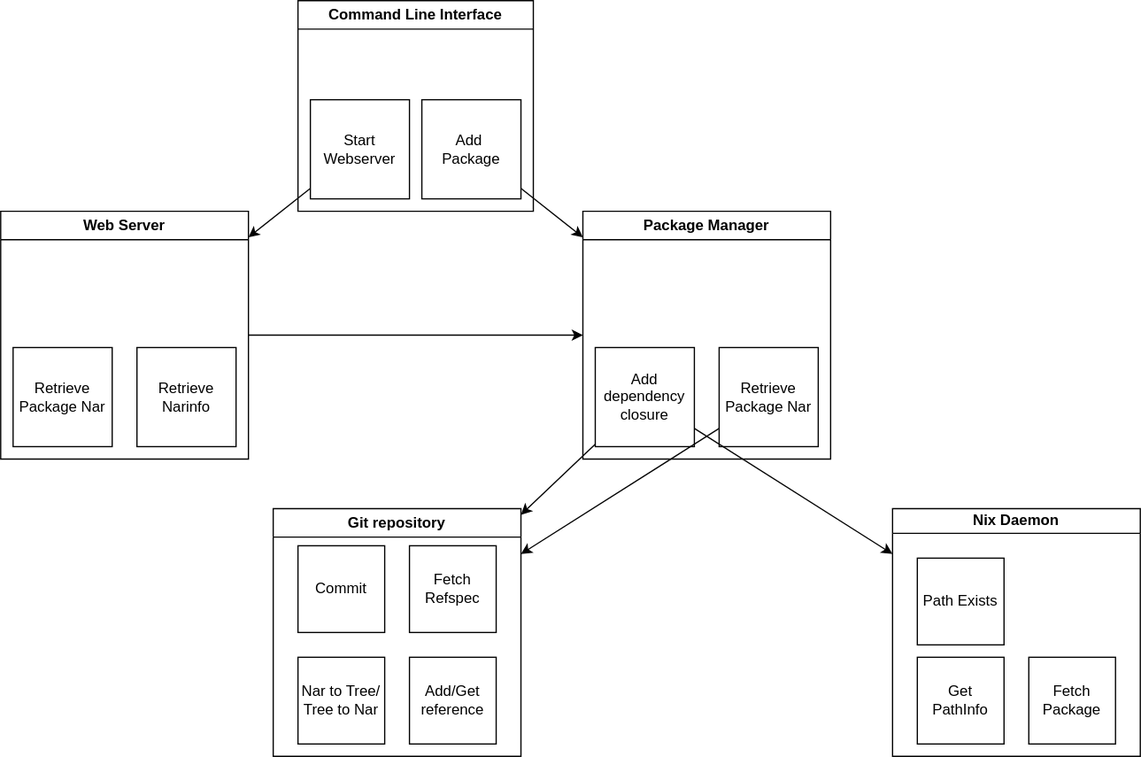
EphraimSiegfried/bachelor-thesis keeps this draw.io diagram as src/diagrams/gachix-architecture.drawio.svg. Above is the earlier version. Source tidied: cells renumbered, new cells last; positions are measured from the earlier drawing's top-left corner, leaving out a move shared by most shapes. Source of this version:
```xml
<mxGraphModel>
  <root>
    <mxCell id="0" />
    <mxCell id="1" parent="0" />
    <mxCell id="2" value="Command Line Interface" style="swimlane;whiteSpace=wrap;html=1;" parent="1" vertex="1">
      <mxGeometry x="240" width="190" height="170" as="geometry" />
    </mxCell>
    <mxCell id="3" value="Start&lt;div&gt;Webserver&lt;/div&gt;" style="whiteSpace=wrap;html=1;" parent="2" vertex="1">
      <mxGeometry x="10" y="80" width="80" height="80" as="geometry" />
    </mxCell>
    <mxCell id="4" value="Add&amp;nbsp;&lt;div&gt;Package&lt;/div&gt;" style="whiteSpace=wrap;html=1;" parent="2" vertex="1">
      <mxGeometry x="100" y="80" width="80" height="80" as="geometry" />
    </mxCell>
    <mxCell id="5" style="edgeStyle=orthogonalEdgeStyle;rounded=0;jettySize=auto;html=1;entryX=0;entryY=0.5;entryDx=0;entryDy=0;" parent="1" edge="1" source="6" target="10">
      <mxGeometry relative="1" as="geometry" />
    </mxCell>
    <mxCell id="6" value="Web Server" style="swimlane;whiteSpace=wrap;html=1;" parent="1" vertex="1">
      <mxGeometry y="170" width="200" height="200" as="geometry" />
    </mxCell>
    <mxCell id="7" value="Retrieve&lt;div&gt;Package Nar&lt;/div&gt;" style="whiteSpace=wrap;html=1;" parent="6" vertex="1">
      <mxGeometry x="10" y="110" width="80" height="80" as="geometry" />
    </mxCell>
    <mxCell id="8" value="Retrieve&lt;div&gt;Narinfo&lt;/div&gt;" style="whiteSpace=wrap;html=1;" parent="6" vertex="1">
      <mxGeometry x="110" y="110" width="80" height="80" as="geometry" />
    </mxCell>
    <mxCell id="9" style="rounded=0;jettySize=auto;html=1;" parent="1" edge="1" source="3" target="6">
      <mxGeometry relative="1" as="geometry" />
    </mxCell>
    <mxCell id="10" value="Package Manager" style="swimlane;whiteSpace=wrap;html=1;" parent="1" vertex="1">
      <mxGeometry x="470" y="170" width="200" height="200" as="geometry" />
    </mxCell>
    <mxCell id="11" value="Add dependency closure" style="whiteSpace=wrap;html=1;" parent="10" vertex="1">
      <mxGeometry x="10" y="110" width="80" height="80" as="geometry" />
    </mxCell>
    <mxCell id="12" value="Retrieve Package Nar" style="whiteSpace=wrap;html=1;" parent="10" vertex="1">
      <mxGeometry x="110" y="110" width="80" height="80" as="geometry" />
    </mxCell>
    <mxCell id="13" value="Git repository" style="swimlane;whiteSpace=wrap;html=1;" parent="1" vertex="1">
      <mxGeometry x="220" y="410" width="200" height="200" as="geometry" />
    </mxCell>
    <mxCell id="14" value="Nar to Tree/&lt;div&gt;Tree to Nar&lt;/div&gt;" style="whiteSpace=wrap;html=1;" parent="13" vertex="1">
      <mxGeometry x="20" y="120" width="70" height="70" as="geometry" />
    </mxCell>
    <mxCell id="15" value="Add/Get reference" style="whiteSpace=wrap;html=1;" parent="13" vertex="1">
      <mxGeometry x="110" y="120" width="70" height="70" as="geometry" />
    </mxCell>
    <mxCell id="16" value="Commit" style="whiteSpace=wrap;html=1;" parent="13" vertex="1">
      <mxGeometry x="20" y="30" width="70" height="70" as="geometry" />
    </mxCell>
    <mxCell id="17" value="Fetch&lt;br&gt;Refspec" style="whiteSpace=wrap;html=1;" parent="13" vertex="1">
      <mxGeometry x="110" y="30" width="70" height="70" as="geometry" />
    </mxCell>
    <mxCell id="18" style="rounded=0;jettySize=auto;html=1;" parent="1" edge="1" source="11" target="13">
      <mxGeometry relative="1" as="geometry" />
    </mxCell>
    <mxCell id="19" value="Nix Daemon" style="swimlane;whiteSpace=wrap;html=1;startSize=20;" parent="1" vertex="1">
      <mxGeometry x="720" y="410" width="200" height="200" as="geometry" />
    </mxCell>
    <mxCell id="20" value="Get&lt;div&gt;PathInfo&lt;/div&gt;" style="whiteSpace=wrap;html=1;" parent="19" vertex="1">
      <mxGeometry x="20" y="120" width="70" height="70" as="geometry" />
    </mxCell>
    <mxCell id="21" value="Fetch&lt;div&gt;Package&lt;/div&gt;" style="whiteSpace=wrap;html=1;" parent="19" vertex="1">
      <mxGeometry x="110" y="120" width="70" height="70" as="geometry" />
    </mxCell>
    <mxCell id="22" value="Path Exists" style="whiteSpace=wrap;html=1;" parent="19" vertex="1">
      <mxGeometry x="20" y="40" width="70" height="70" as="geometry" />
    </mxCell>
    <mxCell id="23" style="rounded=0;jettySize=auto;html=1;" parent="1" edge="1" source="4" target="10">
      <mxGeometry relative="1" as="geometry" />
    </mxCell>
    <mxCell id="24" style="rounded=0;jettySize=auto;html=1;" parent="1" edge="1" source="12" target="13">
      <mxGeometry relative="1" as="geometry" />
    </mxCell>
    <mxCell id="25" style="rounded=0;jettySize=auto;html=1;" parent="1" edge="1" source="11" target="19">
      <mxGeometry relative="1" as="geometry" />
    </mxCell>
  </root>
</mxGraphModel>
```
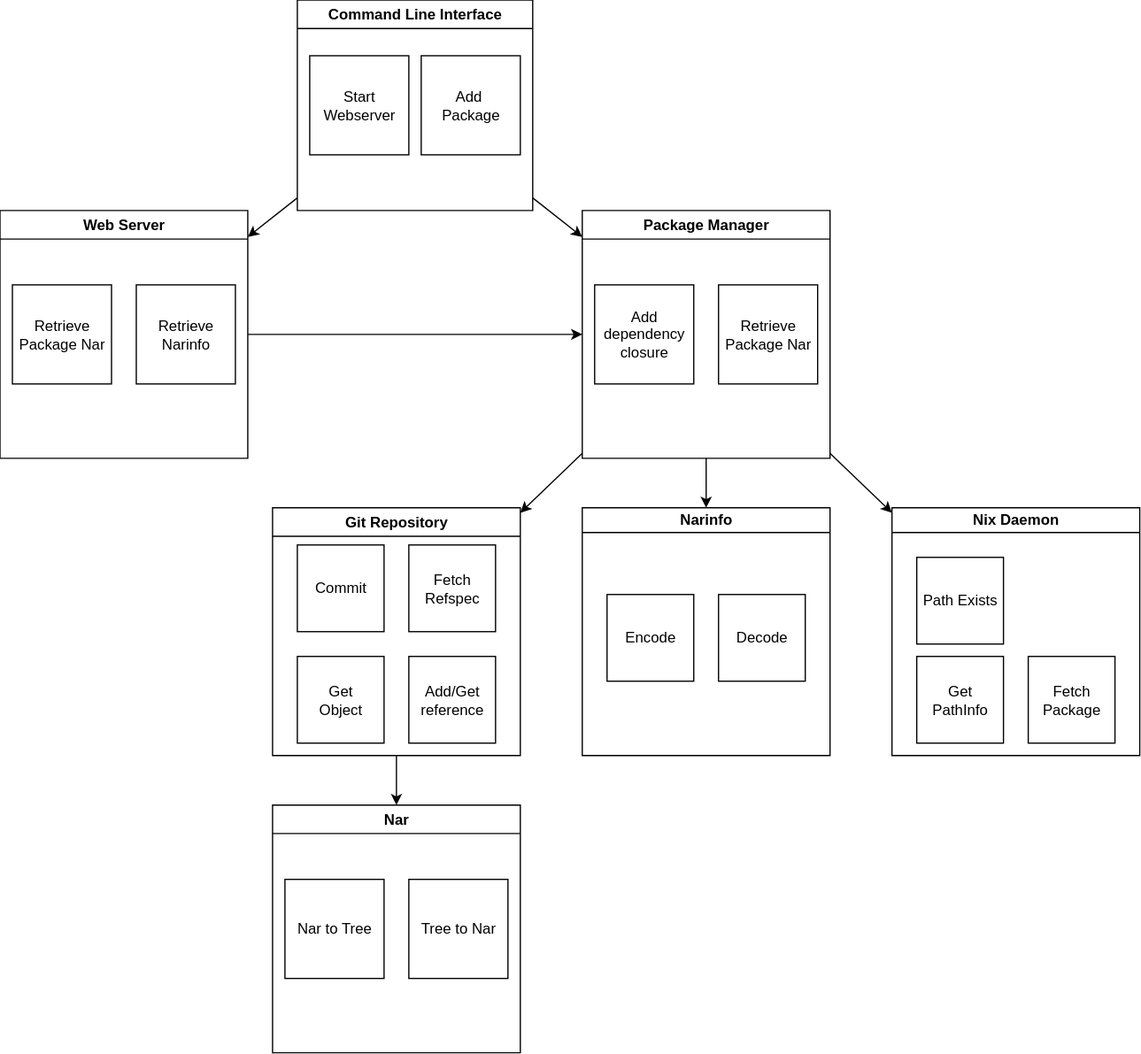
Above is the later version.

Commit message:
add narinfo explanation in implementation section

Diff of the diagram source:
```diff
@@ -2,43 +2,58 @@
   <root>
     <mxCell id="0" />
     <mxCell id="1" parent="0" />
+    <mxCell id="26" style="rounded=0;jettySize=auto;html=1;" parent="1" edge="1" source="2" target="6">
+      <mxGeometry relative="1" as="geometry" />
+    </mxCell>
+    <mxCell id="27" style="rounded=0;jettySize=auto;html=1;" parent="1" edge="1" source="2" target="10">
+      <mxGeometry relative="1" as="geometry" />
+    </mxCell>
     <mxCell id="2" value="Command Line Interface" style="swimlane;whiteSpace=wrap;html=1;" parent="1" vertex="1">
       <mxGeometry x="240" width="190" height="170" as="geometry" />
     </mxCell>
     <mxCell id="3" value="Start&lt;div&gt;Webserver&lt;/div&gt;" style="whiteSpace=wrap;html=1;" parent="2" vertex="1">
-      <mxGeometry x="10" y="80" width="80" height="80" as="geometry" />
+      <mxGeometry x="10" y="45" width="80" height="80" as="geometry" />
     </mxCell>
     <mxCell id="4" value="Add&amp;nbsp;&lt;div&gt;Package&lt;/div&gt;" style="whiteSpace=wrap;html=1;" parent="2" vertex="1">
-      <mxGeometry x="100" y="80" width="80" height="80" as="geometry" />
+      <mxGeometry x="100" y="45" width="80" height="80" as="geometry" />
     </mxCell>
-    <mxCell id="5" style="edgeStyle=orthogonalEdgeStyle;rounded=0;jettySize=auto;html=1;entryX=0;entryY=0.5;entryDx=0;entryDy=0;" parent="1" edge="1" source="6" target="10">
+    <mxCell id="5" style="rounded=0;jettySize=auto;html=1;entryX=0;entryY=0.5;entryDx=0;entryDy=0;" parent="1" edge="1" source="6" target="10">
       <mxGeometry relative="1" as="geometry" />
     </mxCell>
     <mxCell id="6" value="Web Server" style="swimlane;whiteSpace=wrap;html=1;" parent="1" vertex="1">
       <mxGeometry y="170" width="200" height="200" as="geometry" />
     </mxCell>
     <mxCell id="7" value="Retrieve&lt;div&gt;Package Nar&lt;/div&gt;" style="whiteSpace=wrap;html=1;" parent="6" vertex="1">
-      <mxGeometry x="10" y="110" width="80" height="80" as="geometry" />
+      <mxGeometry x="10" y="60" width="80" height="80" as="geometry" />
     </mxCell>
     <mxCell id="8" value="Retrieve&lt;div&gt;Narinfo&lt;/div&gt;" style="whiteSpace=wrap;html=1;" parent="6" vertex="1">
-      <mxGeometry x="110" y="110" width="80" height="80" as="geometry" />
+      <mxGeometry x="110" y="60" width="80" height="80" as="geometry" />
     </mxCell>
-    <mxCell id="9" style="rounded=0;jettySize=auto;html=1;" parent="1" edge="1" source="3" target="6">
-      <mxGeometry relative="1" as="geometry" />
-    </mxCell>
+    <mxCell id="28" style="rounded=0;jettySize=auto;html=1;" parent="1" edge="1" source="10" target="13">
+      <mxGeometry relative="1" as="geometry" />
+    </mxCell>
+    <mxCell id="29" style="rounded=0;jettySize=auto;html=1;" parent="1" edge="1" source="10" target="19">
+      <mxGeometry relative="1" as="geometry" />
+    </mxCell>
+    <mxCell id="30" style="edgeStyle=orthogonalEdgeStyle;rounded=0;jettySize=auto;html=1;entryX=0.5;entryY=0;entryDx=0;entryDy=0;" parent="1" edge="1" source="10" target="35">
+      <mxGeometry relative="1" as="geometry" />
+    </mxCell>
     <mxCell id="10" value="Package Manager" style="swimlane;whiteSpace=wrap;html=1;" parent="1" vertex="1">
       <mxGeometry x="470" y="170" width="200" height="200" as="geometry" />
     </mxCell>
     <mxCell id="11" value="Add dependency closure" style="whiteSpace=wrap;html=1;" parent="10" vertex="1">
-      <mxGeometry x="10" y="110" width="80" height="80" as="geometry" />
+      <mxGeometry x="10" y="60" width="80" height="80" as="geometry" />
     </mxCell>
     <mxCell id="12" value="Retrieve Package Nar" style="whiteSpace=wrap;html=1;" parent="10" vertex="1">
-      <mxGeometry x="110" y="110" width="80" height="80" as="geometry" />
+      <mxGeometry x="110" y="60" width="80" height="80" as="geometry" />
     </mxCell>
+    <mxCell id="31" style="edgeStyle=orthogonalEdgeStyle;rounded=0;jettySize=auto;html=1;" parent="1" edge="1" source="13" target="32">
+      <mxGeometry relative="1" as="geometry" />
+    </mxCell>
-    <mxCell id="13" value="Git repository" style="swimlane;whiteSpace=wrap;html=1;" parent="1" vertex="1">
+    <mxCell id="13" value="Git R&lt;span style=&quot;background-color: transparent; color: light-dark(rgb(0, 0, 0), rgb(255, 255, 255));&quot;&gt;epository&lt;/span&gt;" style="swimlane;whiteSpace=wrap;html=1;" parent="1" vertex="1">
       <mxGeometry x="220" y="410" width="200" height="200" as="geometry" />
     </mxCell>
-    <mxCell id="14" value="Nar to Tree/&lt;div&gt;Tree to Nar&lt;/div&gt;" style="whiteSpace=wrap;html=1;" parent="13" vertex="1">
+    <mxCell id="14" value="Get&lt;div&gt;Object&lt;/div&gt;" style="whiteSpace=wrap;html=1;" parent="13" vertex="1">
       <mxGeometry x="20" y="120" width="70" height="70" as="geometry" />
     </mxCell>
     <mxCell id="15" value="Add/Get reference" style="whiteSpace=wrap;html=1;" parent="13" vertex="1">
@@ -50,9 +65,6 @@
     <mxCell id="17" value="Fetch&lt;br&gt;Refspec" style="whiteSpace=wrap;html=1;" parent="13" vertex="1">
       <mxGeometry x="110" y="30" width="70" height="70" as="geometry" />
     </mxCell>
-    <mxCell id="18" style="rounded=0;jettySize=auto;html=1;" parent="1" edge="1" source="11" target="13">
-      <mxGeometry relative="1" as="geometry" />
-    </mxCell>
     <mxCell id="19" value="Nix Daemon" style="swimlane;whiteSpace=wrap;html=1;startSize=20;" parent="1" vertex="1">
       <mxGeometry x="720" y="410" width="200" height="200" as="geometry" />
     </mxCell>
@@ -65,14 +77,23 @@
     <mxCell id="22" value="Path Exists" style="whiteSpace=wrap;html=1;" parent="19" vertex="1">
       <mxGeometry x="20" y="40" width="70" height="70" as="geometry" />
     </mxCell>
-    <mxCell id="23" style="rounded=0;jettySize=auto;html=1;" parent="1" edge="1" source="4" target="10">
-      <mxGeometry relative="1" as="geometry" />
-    </mxCell>
-    <mxCell id="24" style="rounded=0;jettySize=auto;html=1;" parent="1" edge="1" source="12" target="13">
-      <mxGeometry relative="1" as="geometry" />
-    </mxCell>
-    <mxCell id="25" style="rounded=0;jettySize=auto;html=1;" parent="1" edge="1" source="11" target="19">
-      <mxGeometry relative="1" as="geometry" />
-    </mxCell>
+    <mxCell id="32" value="Nar" style="swimlane;whiteSpace=wrap;html=1;" parent="1" vertex="1">
+      <mxGeometry x="220" y="650" width="200" height="200" as="geometry" />
+    </mxCell>
+    <mxCell id="33" value="Nar to Tree" style="whiteSpace=wrap;html=1;" parent="32" vertex="1">
+      <mxGeometry x="10" y="60" width="80" height="80" as="geometry" />
+    </mxCell>
+    <mxCell id="34" value="Tree to Nar" style="whiteSpace=wrap;html=1;" parent="32" vertex="1">
+      <mxGeometry x="110" y="60" width="80" height="80" as="geometry" />
+    </mxCell>
+    <mxCell id="35" value="Narinfo" style="swimlane;whiteSpace=wrap;html=1;startSize=20;" parent="1" vertex="1">
+      <mxGeometry x="470" y="410" width="200" height="200" as="geometry" />
+    </mxCell>
+    <mxCell id="36" value="Encode" style="whiteSpace=wrap;html=1;" parent="35" vertex="1">
+      <mxGeometry x="20" y="70" width="70" height="70" as="geometry" />
+    </mxCell>
+    <mxCell id="37" value="Decode" style="whiteSpace=wrap;html=1;" parent="35" vertex="1">
+      <mxGeometry x="110" y="70" width="70" height="70" as="geometry" />
+    </mxCell>
   </root>
 </mxGraphModel>
```
